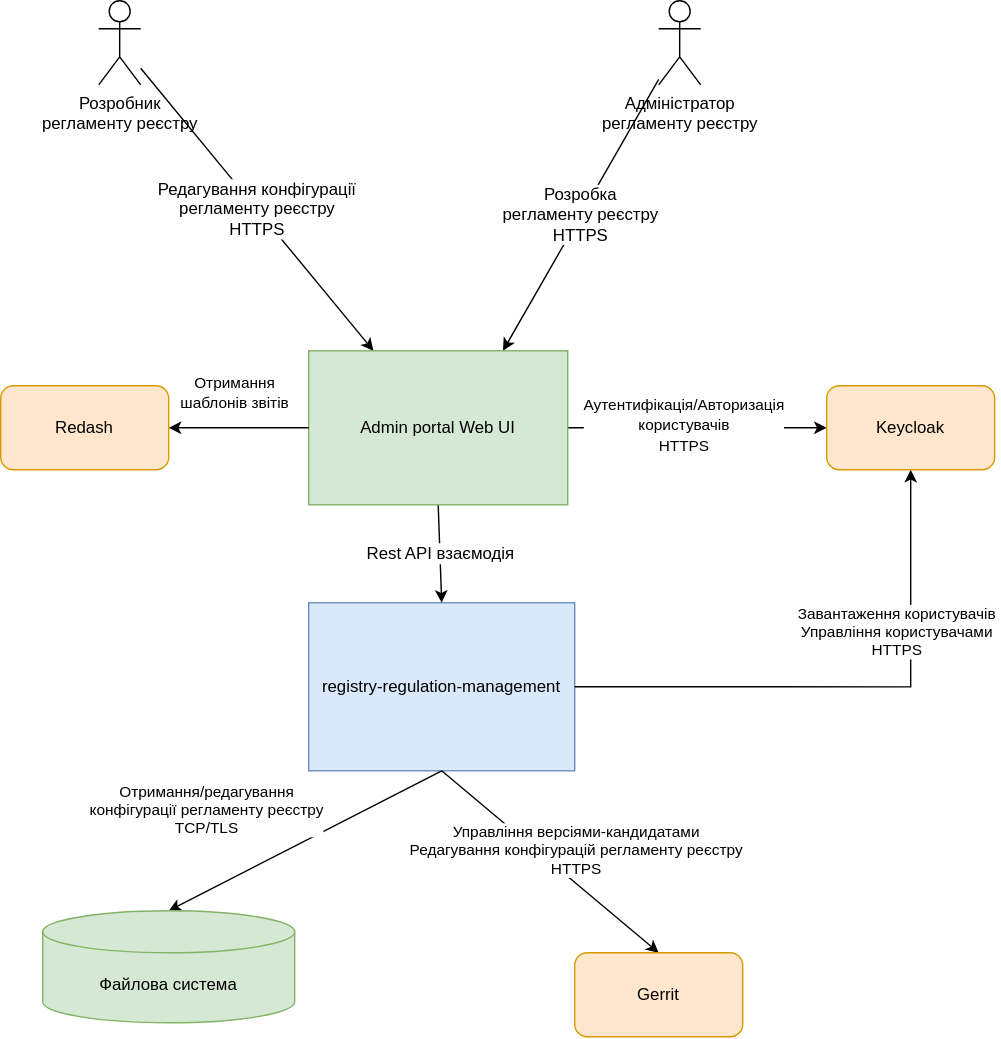
epam/edp-ddm-architecture keeps this draw.io diagram as modules/tech/images/architecture-workspace/documentation-templates/component-design-template/container.svg. Above is the earlier version. Source tidied: cells renumbered, new cells last; positions are measured from the earlier drawing's top-left corner, leaving out a move shared by most shapes.
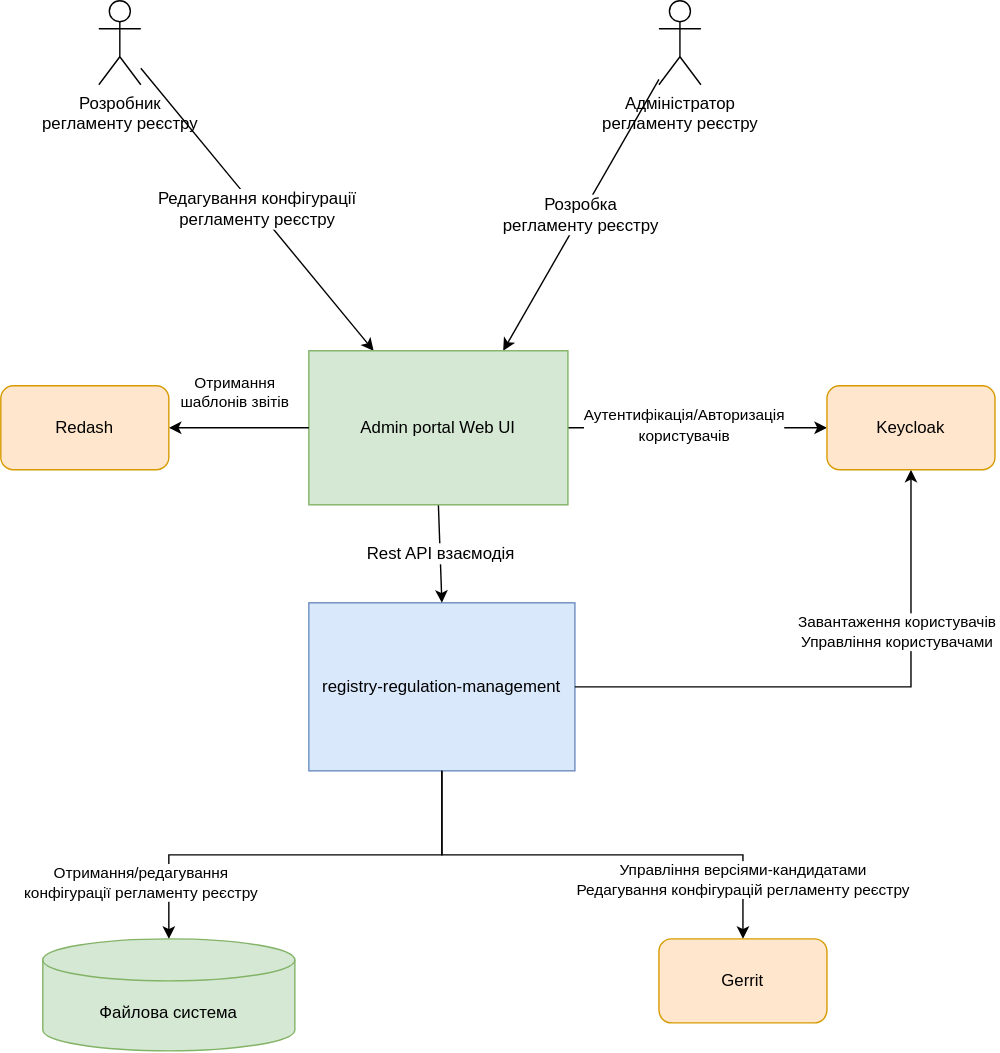
Later version of the same file.

Change to the diagram source:
```diff
@@ -5,21 +5,19 @@
     <mxCell id="2" value="registry-regulation-management" style="rounded=0;whiteSpace=wrap;html=1;verticalAlign=middle;fillColor=#dae8fc;strokeColor=#6c8ebf;" parent="1" vertex="1">
       <mxGeometry x="220" y="430" width="190" height="120" as="geometry" />
     </mxCell>
-    <mxCell id="3" value="Управління версіями-кандидатами&lt;br&gt;Редагування конфігурацій регламенту реєстру&lt;br&gt;HTTPS" style="edgeStyle=none;rounded=0;jettySize=auto;html=1;entryX=0.5;entryY=0;entryDx=0;entryDy=0;exitX=0.5;exitY=1;exitDx=0;exitDy=0;" parent="1" edge="1" source="2" target="13">
-      <mxGeometry x="0.09" y="18" relative="1" as="geometry" />
+    <mxCell id="3" value="Управління версіями-кандидатами&lt;br&gt;Редагування конфігурацій регламенту реєстру" style="edgeStyle=orthogonalEdgeStyle;rounded=0;jettySize=auto;html=1;entryX=0.5;entryY=0;entryDx=0;entryDy=0;exitX=0.5;exitY=1;exitDx=0;exitDy=0;" parent="1" edge="1" source="2" target="13">
+      <mxGeometry x="0.75" relative="1" as="geometry" />
     </mxCell>
-    <mxCell id="4" value="Отримання/редагування&lt;br&gt;конфігурації регламенту реєстру&lt;br&gt;TCP/TLS" style="edgeStyle=none;rounded=0;jettySize=auto;html=1;entryX=0.5;entryY=0;entryDx=0;entryDy=0;entryPerimeter=0;exitX=0.5;exitY=1;exitDx=0;exitDy=0;" parent="1" edge="1" source="2" target="14">
-      <mxGeometry x="0.49" y="-52" relative="1" as="geometry">
-        <mxPoint x="1" as="offset" />
-      </mxGeometry>
+    <mxCell id="4" value="Отримання/редагування&lt;br&gt;конфігурації регламенту реєстру" style="edgeStyle=orthogonalEdgeStyle;rounded=0;jettySize=auto;html=1;entryX=0.5;entryY=0;entryDx=0;entryDy=0;entryPerimeter=0;exitX=0.5;exitY=1;exitDx=0;exitDy=0;" parent="1" edge="1" source="2" target="14">
+      <mxGeometry x="0.75" y="-20" relative="1" as="geometry" />
     </mxCell>
-    <mxCell id="5" value="Розробка&lt;br&gt;регламенту реєстру&lt;br&gt;HTTPS" style="edgeStyle=none;rounded=0;jettySize=auto;html=1;entryX=0.75;entryY=0;entryDx=0;entryDy=0;fontSize=12;" parent="1" edge="1" source="6" target="12">
+    <mxCell id="5" value="Розробка&lt;br&gt;регламенту реєстру" style="edgeStyle=none;rounded=0;jettySize=auto;html=1;entryX=0.75;entryY=0;entryDx=0;entryDy=0;fontSize=12;" parent="1" edge="1" source="6" target="12">
       <mxGeometry relative="1" as="geometry" />
     </mxCell>
     <mxCell id="6" value="Адміністратор &lt;br&gt;регламенту реєстру" style="shape=umlActor;verticalLabelPosition=bottom;verticalAlign=top;html=1;outlineConnect=0;" parent="1" vertex="1">
       <mxGeometry x="470" width="30" height="60" as="geometry" />
     </mxCell>
-    <mxCell id="7" value="Редагування конфігурації&lt;br style=&quot;font-size: 12px&quot;&gt;регламенту реєстру&lt;br&gt;HTTPS" style="edgeStyle=none;rounded=0;jettySize=auto;html=1;entryX=0.25;entryY=0;entryDx=0;entryDy=0;fontSize=12;" parent="1" edge="1" source="8" target="12">
+    <mxCell id="7" value="Редагування конфігурації&lt;br style=&quot;font-size: 12px&quot;&gt;регламенту реєстру" style="edgeStyle=none;rounded=0;jettySize=auto;html=1;entryX=0.25;entryY=0;entryDx=0;entryDy=0;fontSize=12;" parent="1" edge="1" source="8" target="12">
       <mxGeometry relative="1" as="geometry" />
     </mxCell>
     <mxCell id="8" value="Розробник&lt;br&gt;регламенту реєстру" style="shape=umlActor;verticalLabelPosition=bottom;verticalAlign=top;html=1;outlineConnect=0;" parent="1" vertex="1">
@@ -31,24 +29,24 @@
     <mxCell id="10" style="edgeStyle=none;rounded=0;jettySize=auto;html=1;entryX=0;entryY=0.5;entryDx=0;entryDy=0;fontSize=12;" parent="1" edge="1" source="12" target="18">
       <mxGeometry relative="1" as="geometry" />
     </mxCell>
-    <mxCell id="11" value="&lt;span style=&quot;font-size: 11px&quot;&gt;Аутентифікація/Авторизація&lt;/span&gt;&lt;br style=&quot;font-size: 11px&quot;&gt;&lt;span style=&quot;font-size: 11px&quot;&gt;користувачів&lt;br&gt;HTTPS&lt;br&gt;&lt;/span&gt;" style="edgeLabel;html=1;align=center;verticalAlign=middle;fontSize=12;" parent="10" vertex="1">
+    <mxCell id="11" value="&lt;span style=&quot;font-size: 11px&quot;&gt;Аутентифікація/Авторизація&lt;/span&gt;&lt;br style=&quot;font-size: 11px&quot;&gt;&lt;span style=&quot;font-size: 11px&quot;&gt;користувачів&lt;br&gt;&lt;/span&gt;" style="edgeLabel;html=1;align=center;verticalAlign=middle;fontSize=12;" parent="10" vertex="1">
       <mxGeometry x="-0.11" y="2" relative="1" as="geometry" />
     </mxCell>
     <mxCell id="12" value="Admin portal Web UI" style="rounded=0;whiteSpace=wrap;html=1;fillColor=#d5e8d4;strokeColor=#82b366;" parent="1" vertex="1">
       <mxGeometry x="220" y="250" width="185" height="110" as="geometry" />
     </mxCell>
     <mxCell id="13" value="Gerrit" style="rounded=1;whiteSpace=wrap;html=1;fillColor=#ffe6cc;strokeColor=#d79b00;" parent="1" vertex="1">
-      <mxGeometry x="410" y="680" width="120" height="60" as="geometry" />
+      <mxGeometry x="470" y="670" width="120" height="60" as="geometry" />
     </mxCell>
     <mxCell id="14" value="Файлова система" style="shape=cylinder3;whiteSpace=wrap;html=1;boundedLbl=1;backgroundOutline=1;size=15;fillColor=#d5e8d4;strokeColor=#82b366;" parent="1" vertex="1">
-      <mxGeometry x="30" y="650" width="180" height="80" as="geometry" />
+      <mxGeometry x="30" y="670" width="180" height="80" as="geometry" />
     </mxCell>
     <mxCell id="15" value="Отримання &lt;br&gt;шаблонів звітів" style="edgeStyle=none;rounded=0;jettySize=auto;html=1;exitX=0;exitY=0.5;exitDx=0;exitDy=0;" parent="1" edge="1" source="12" target="17">
       <mxGeometry x="0.08" y="-25" relative="1" as="geometry">
         <mxPoint x="1" as="offset" />
       </mxGeometry>
     </mxCell>
-    <mxCell id="16" value="Завантаження користувачів&lt;br&gt;Управління користувачами&lt;br&gt;HTTPS" style="edgeStyle=orthogonalEdgeStyle;rounded=0;jettySize=auto;html=1;exitX=1;exitY=0.5;exitDx=0;exitDy=0;" parent="1" edge="1" source="2" target="18">
+    <mxCell id="16" value="Завантаження користувачів&lt;br&gt;Управління користувачами" style="edgeStyle=orthogonalEdgeStyle;rounded=0;jettySize=auto;html=1;exitX=1;exitY=0.5;exitDx=0;exitDy=0;" parent="1" edge="1" source="2" target="18">
       <mxGeometry x="0.41" y="10" relative="1" as="geometry" />
     </mxCell>
     <mxCell id="17" value="Redash" style="rounded=1;whiteSpace=wrap;html=1;fillColor=#ffe6cc;strokeColor=#d79b00;" parent="1" vertex="1">
```
